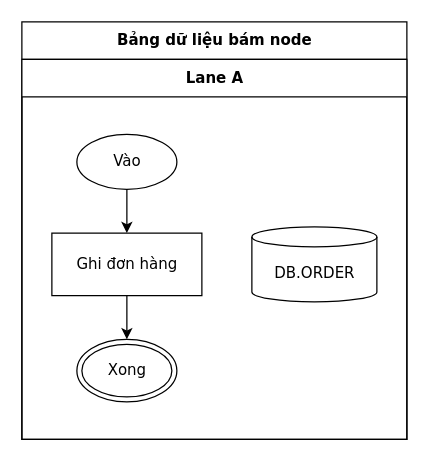
Earlier version of the draw.io diagram conformance/golden/optimize/cases-11-db-attach.drawio (luytbq/flowcast). Source tidied: cells renumbered, new cells numbered last; positions are measured from the earlier drawing's top-left corner, leaving out a move shared by most shapes. Both pictures are drawn from the tidied source at 125%, with x=0, y=0 at pixel (21, 21).
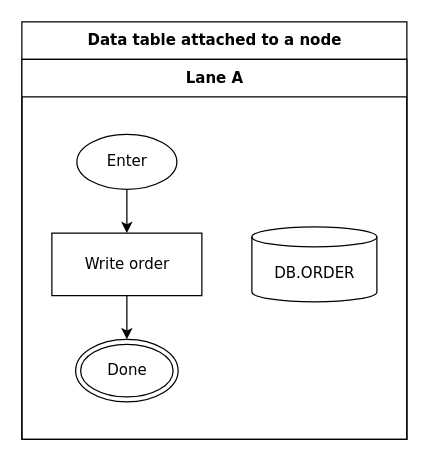
The same diagram, later.

What changed in the source:
```diff
@@
 <mxGraphModel>
   <root>
     <mxCell id="0" />
     <mxCell id="1" parent="0" />
-    <mxCell id="2" value="Bảng dữ liệu bám node" style="swimlane;html=1;startSize=30;fontStyle=1;fontFamily=Verdana;fontSize=12;flowtable=1;" parent="1" vertex="1">
+    <mxCell id="2" value="Data table attached to a node" style="swimlane;html=1;startSize=30;fontStyle=1;fontFamily=Verdana;fontSize=12;flowtable=1;" parent="1" vertex="1">
       <mxGeometry width="308" height="334" as="geometry" />
     </mxCell>
     <mxCell id="3" value="Lane A" style="swimlane;html=1;startSize=30;fontFamily=Verdana;fontSize=12;flowtable=1;" parent="2" vertex="1">
       <mxGeometry y="30" width="308" height="304" as="geometry" />
     </mxCell>
-    <mxCell id="4" value="Vào" style="ellipse;html=1;fontFamily=Verdana;fontSize=12;flowtable=1;" parent="3" vertex="1">
+    <mxCell id="4" value="Enter" style="ellipse;html=1;fontFamily=Verdana;fontSize=12;flowtable=1;" parent="3" vertex="1">
       <mxGeometry x="44" y="60" width="80" height="44" as="geometry" />
     </mxCell>
-    <mxCell id="5" value="Ghi đơn hàng" style="rounded=0;html=1;fontFamily=Verdana;fontSize=12;flowtable=1;" parent="3" vertex="1">
+    <mxCell id="5" value="Write order" style="rounded=0;html=1;fontFamily=Verdana;fontSize=12;flowtable=1;" parent="3" vertex="1">
       <mxGeometry x="24" y="139" width="120" height="50" as="geometry" />
     </mxCell>
     <mxCell id="6" value="DB.ORDER" style="shape=cylinder3;html=1;boundedLbl=1;backgroundOutline=1;size=8;fontFamily=Verdana;fontSize=12;flowtable=1;" parent="3" vertex="1">
       <mxGeometry x="184" y="134" width="100" height="60" as="geometry" />
     </mxCell>
-    <mxCell id="7" value="Xong" style="shape=doubleEllipse;html=1;fontFamily=Verdana;fontSize=12;flowtable=1;" parent="3" vertex="1">
-      <mxGeometry x="44" y="224" width="80" height="50" as="geometry" />
+    <mxCell id="7" value="Done" style="shape=doubleEllipse;html=1;fontFamily=Verdana;fontSize=12;flowtable=1;" parent="3" vertex="1">
+      <mxGeometry x="43" y="224" width="82" height="50" as="geometry" />
     </mxCell>
     <mxCell id="8" style="edgeStyle=orthogonalEdgeStyle;rounded=0;jettySize=auto;html=1;labelBackgroundColor=default;exitX=0.5;exitY=1;exitDx=0;exitDy=0;entryX=0.5;entryY=0;entryDx=0;entryDy=0;fontFamily=Verdana;fontSize=12;flowtable=1;" parent="2" edge="1" source="4" target="5">
       <mxGeometry relative="1" as="geometry" />
     </mxCell>
     <mxCell id="9" style="edgeStyle=orthogonalEdgeStyle;rounded=0;jettySize=auto;html=1;labelBackgroundColor=default;exitX=0.5;exitY=1;exitDx=0;exitDy=0;entryX=0.5;entryY=0;entryDx=0;entryDy=0;fontFamily=Verdana;fontSize=12;flowtable=1;" parent="2" edge="1" source="5" target="7">
       <mxGeometry relative="1" as="geometry" />
     </mxCell>
   </root>
 </mxGraphModel>
```
